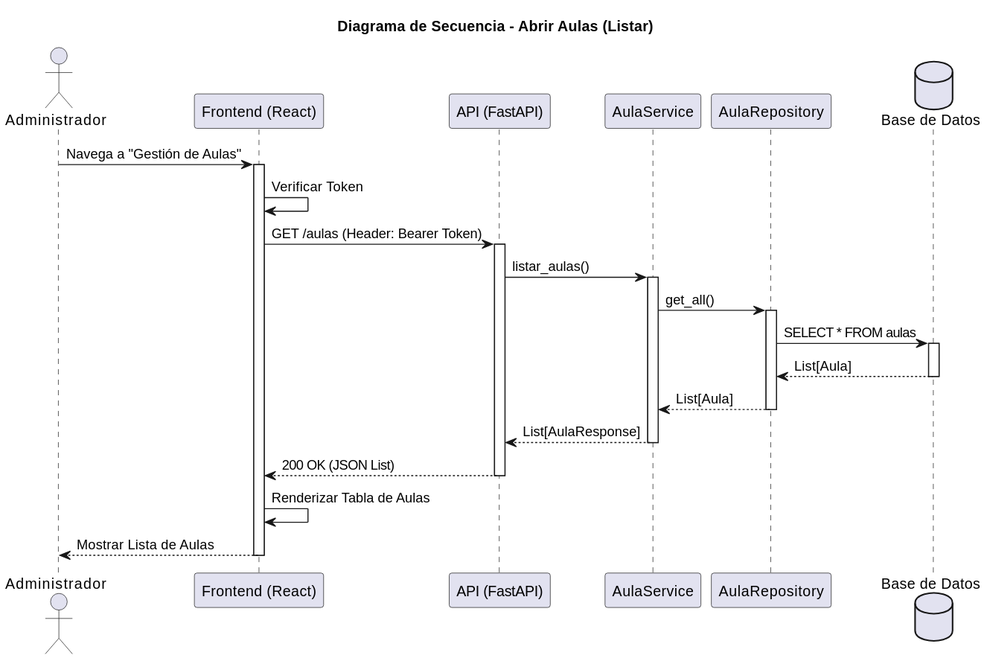
Above: images/RUP/02-diseño/casos-uso/abrirAulas/secuencia.svg in mmasias/pySigHor (PlantUML), before the change.
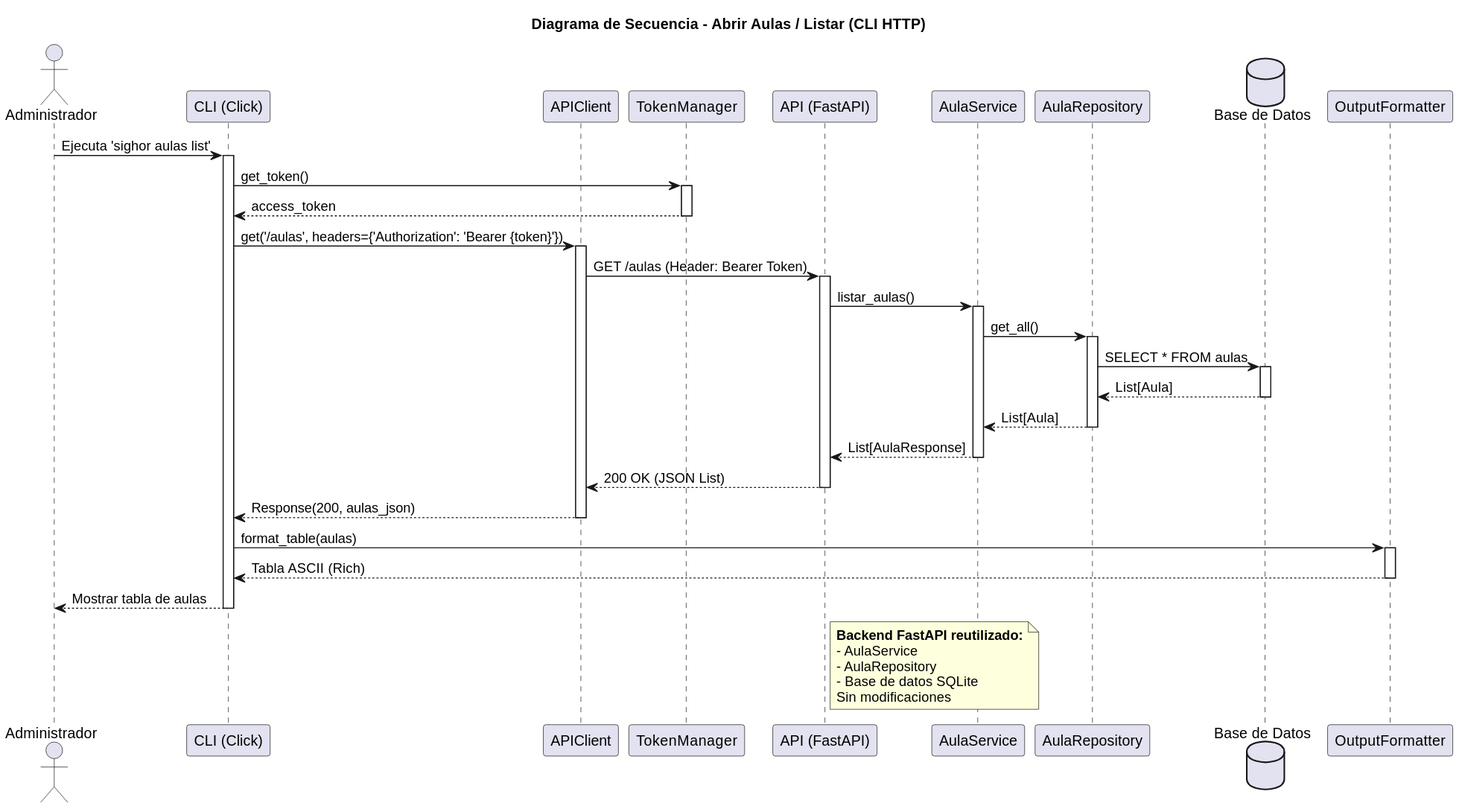
Above is the later version.

What changed in the source:
```diff
@@ -1,17 +1,25 @@
 @startuml
-title Diagrama de Secuencia - Abrir Aulas (Listar)
+title Diagrama de Secuencia - Abrir Aulas / Listar (CLI HTTP)
 
 actor "Administrador" as Admin
-participant "Frontend (React)" as FE
+participant "CLI (Click)" as CLI
+participant "APIClient" as Client
+participant "TokenManager" as Token
 participant "API (FastAPI)" as API
 participant "AulaService" as Service
 participant "AulaRepository" as Repo
 database "Base de Datos" as DB
+participant "OutputFormatter" as Formatter
 
-Admin -> FE: Navega a "Gestión de Aulas"
-activate FE
-FE -> FE: Verificar Token
-FE -> API: GET /aulas (Header: Bearer Token)
+Admin -> CLI: Ejecuta 'sighor aulas list'
+activate CLI
+CLI -> Token: get_token()
+activate Token
+Token --> CLI: access_token
+deactivate Token
+CLI -> Client: get('/aulas', headers={'Authorization': 'Bearer {token}'})
+activate Client
+Client -> API: GET /aulas (Header: Bearer Token)
 activate API
 API -> Service: listar_aulas()
 activate Service
@@ -25,9 +33,22 @@
 deactivate Repo
 Service --> API: List[AulaResponse]
 deactivate Service
-API --> FE: 200 OK (JSON List)
+API --> Client: 200 OK (JSON List)
 deactivate API
-FE -> FE: Renderizar Tabla de Aulas
-FE --> Admin: Mostrar Lista de Aulas
-deactivate FE
+Client --> CLI: Response(200, aulas_json)
+deactivate Client
+CLI -> Formatter: format_table(aulas)
+activate Formatter
+Formatter --> CLI: Tabla ASCII (Rich)
+deactivate Formatter
+CLI --> Admin: Mostrar tabla de aulas
+deactivate CLI
+
+note right of API
+  **Backend FastAPI reutilizado:**
+  - AulaService
+  - AulaRepository
+  - Base de datos SQLite
+  Sin modificaciones
+end note
 @enduml
```
